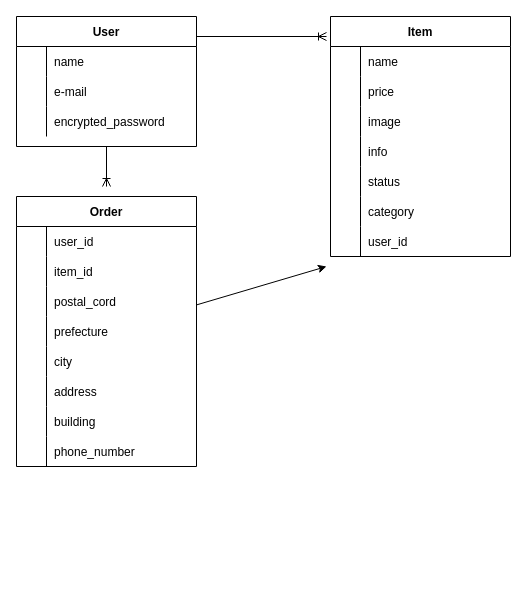
Before: furima.dio in kzykH1015/furima-38139, a draw.io diagram. Source tidied: cells renumbered, new cells numbered last; positions are measured from the earlier drawing's top-left corner, leaving out a move shared by most shapes. Both pictures are drawn from the tidied source at 100%, with x=0, y=0 at pixel (16, 16).
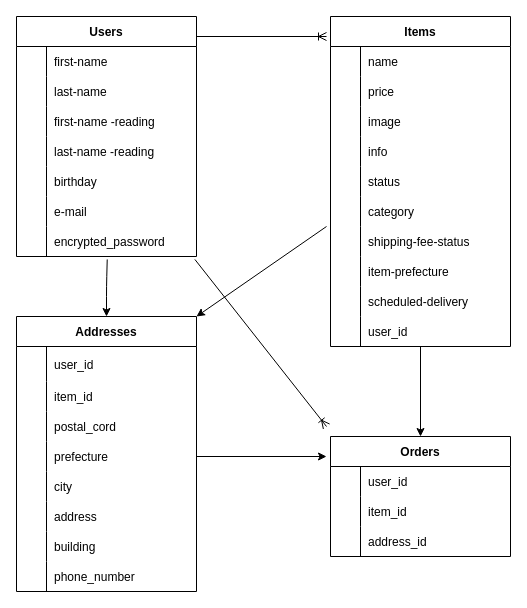
The same page after the edit.

Commit message (it also covers changes not shown here):
データベース設計修正１

Unchanged cells that the change refers to:
```xml
<mxCell id="4" style="shape=partialRectangle;fillColor=none;top=0;left=0;bottom=0;right=0;" parent="3" vertex="1">
  <mxGeometry y="30" width="180" height="30" as="geometry" />
</mxCell>
<mxCell id="32" style="shape=partialRectangle;fillColor=none;top=0;left=0;bottom=0;right=0;" parent="13" vertex="1">
  <mxGeometry y="210" width="180" height="30" as="geometry" />
</mxCell>
```

What changed in the source:
```diff
@@
-    <mxCell id="2" style="edgeStyle=none;html=1;endArrow=ERoneToMany;endFill=0;" parent="1" edge="1" source="3">
-      <mxGeometry relative="1" as="geometry">
-        <mxPoint x="90" y="170" as="targetPoint" />
-      </mxGeometry>
-    </mxCell>
-    <mxCell id="3" value="User" style="shape=table;startSize=30;childLayout=tableLayout;rowLines=0;fontStyle=1;align=center;strokeColor=default;" parent="1" vertex="1">
-      <mxGeometry width="180" height="130" as="geometry" />
+    <mxCell id="3" value="Users" style="shape=table;startSize=30;childLayout=tableLayout;rowLines=0;fontStyle=1;align=center;strokeColor=default;" parent="1" vertex="1">
+      <mxGeometry width="180" height="240" as="geometry" />
     </mxCell>
@@
-    <mxCell id="6" value="name " style="shape=partialRectangle;fillColor=none;top=0;left=0;bottom=0;right=0;align=left;spacingLeft=6;overflow=hidden;" parent="4" vertex="1">
+    <mxCell id="6" value="first-name " style="shape=partialRectangle;fillColor=none;top=0;left=0;bottom=0;right=0;align=left;spacingLeft=6;overflow=hidden;" parent="4" vertex="1">
       <mxGeometry x="30" width="150" height="30" as="geometry" />
     </mxCell>
+    <mxCell id="63" style="shape=partialRectangle;fillColor=none;top=0;left=0;bottom=0;right=0;" parent="3" vertex="1">
+      <mxGeometry y="60" width="180" height="30" as="geometry" />
+    </mxCell>
+    <mxCell id="64" style="shape=partialRectangle;fillColor=none;top=0;left=0;bottom=0;right=0;overflow=hidden;" parent="63" vertex="1">
+      <mxGeometry width="30" height="30" as="geometry" />
+    </mxCell>
+    <mxCell id="65" value="last-name " style="shape=partialRectangle;fillColor=none;top=0;left=0;bottom=0;right=0;align=left;spacingLeft=6;overflow=hidden;" parent="63" vertex="1">
+      <mxGeometry x="30" width="150" height="30" as="geometry" />
+    </mxCell>
+    <mxCell id="44" style="shape=partialRectangle;fillColor=none;top=0;left=0;bottom=0;right=0;" parent="3" vertex="1">
+      <mxGeometry y="90" width="180" height="30" as="geometry" />
+    </mxCell>
+    <mxCell id="66" style="shape=partialRectangle;fillColor=none;top=0;left=0;bottom=0;right=0;overflow=hidden;" parent="44" vertex="1">
+      <mxGeometry width="30" height="30" as="geometry" />
+    </mxCell>
+    <mxCell id="67" value="first-name -reading" style="shape=partialRectangle;fillColor=none;top=0;left=0;bottom=0;right=0;align=left;spacingLeft=6;overflow=hidden;" parent="44" vertex="1">
+      <mxGeometry x="30" width="150" height="30" as="geometry" />
+    </mxCell>
+    <mxCell id="47" style="shape=partialRectangle;fillColor=none;top=0;left=0;bottom=0;right=0;" parent="3" vertex="1">
+      <mxGeometry y="120" width="180" height="30" as="geometry" />
+    </mxCell>
+    <mxCell id="68" style="shape=partialRectangle;fillColor=none;top=0;left=0;bottom=0;right=0;overflow=hidden;" parent="47" vertex="1">
+      <mxGeometry width="30" height="30" as="geometry" />
+    </mxCell>
+    <mxCell id="69" value="last-name -reading" style="shape=partialRectangle;fillColor=none;top=0;left=0;bottom=0;right=0;align=left;spacingLeft=6;overflow=hidden;" parent="47" vertex="1">
+      <mxGeometry x="30" width="150" height="30" as="geometry" />
+    </mxCell>
+    <mxCell id="50" style="shape=partialRectangle;fillColor=none;top=0;left=0;bottom=0;right=0;" parent="3" vertex="1">
+      <mxGeometry y="150" width="180" height="30" as="geometry" />
+    </mxCell>
+    <mxCell id="70" style="shape=partialRectangle;fillColor=none;top=0;left=0;bottom=0;right=0;overflow=hidden;" parent="50" vertex="1">
+      <mxGeometry width="30" height="30" as="geometry" />
+    </mxCell>
+    <mxCell id="71" value="birthday" style="shape=partialRectangle;fillColor=none;top=0;left=0;bottom=0;right=0;align=left;spacingLeft=6;overflow=hidden;" parent="50" vertex="1">
+      <mxGeometry x="30" width="150" height="30" as="geometry" />
+    </mxCell>
     <mxCell id="7" style="shape=partialRectangle;fillColor=none;top=0;left=0;bottom=0;right=0;" parent="3" vertex="1">
-      <mxGeometry y="60" width="180" height="30" as="geometry" />
+      <mxGeometry y="180" width="180" height="30" as="geometry" />
     </mxCell>
@@
     <mxCell id="10" style="shape=partialRectangle;fillColor=none;top=0;left=0;bottom=0;right=0;points=[[0,0.5],[1,0.5]];portConstraint=eastwest;" parent="3" vertex="1">
-      <mxGeometry y="90" width="180" height="30" as="geometry" />
+      <mxGeometry y="210" width="180" height="30" as="geometry" />
     </mxCell>
@@
+    <mxCell id="72" style="edgeStyle=none;html=1;endArrow=classic;endFill=1;" parent="1" edge="1" source="13" target="37">
+      <mxGeometry relative="1" as="geometry" />
+    </mxCell>
-    <mxCell id="13" value="Item" style="shape=table;startSize=30;childLayout=tableLayout;rowLines=0;fontStyle=1;align=center;" parent="1" vertex="1">
-      <mxGeometry x="314" width="180" height="240" as="geometry" />
+    <mxCell id="13" value="Items" style="shape=table;startSize=30;childLayout=tableLayout;rowLines=0;fontStyle=1;align=center;" parent="1" vertex="1">
+      <mxGeometry x="314" width="180" height="330" as="geometry" />
     </mxCell>
@@
-    <mxCell id="34" value="user_id" style="shape=partialRectangle;fillColor=none;top=0;left=0;bottom=0;right=0;align=left;spacingLeft=6;overflow=hidden;" parent="32" vertex="1">
+    <mxCell id="34" value="shipping-fee-status" style="shape=partialRectangle;fillColor=none;top=0;left=0;bottom=0;right=0;align=left;spacingLeft=6;overflow=hidden;" parent="32" vertex="1">
       <mxGeometry x="30" width="150" height="30" as="geometry" />
     </mxCell>
+    <mxCell id="59" style="shape=partialRectangle;fillColor=none;top=0;left=0;bottom=0;right=0;" parent="13" vertex="1">
+      <mxGeometry y="240" width="180" height="30" as="geometry" />
+    </mxCell>
+    <mxCell id="73" style="shape=partialRectangle;fillColor=none;top=0;left=0;bottom=0;right=0;overflow=hidden;" parent="59" vertex="1">
+      <mxGeometry width="30" height="30" as="geometry" />
+    </mxCell>
+    <mxCell id="74" value="item-prefecture" style="shape=partialRectangle;fillColor=none;top=0;left=0;bottom=0;right=0;align=left;spacingLeft=6;overflow=hidden;" parent="59" vertex="1">
+      <mxGeometry x="30" width="150" height="30" as="geometry" />
+    </mxCell>
+    <mxCell id="75" style="shape=partialRectangle;fillColor=none;top=0;left=0;bottom=0;right=0;" parent="13" vertex="1">
+      <mxGeometry y="270" width="180" height="30" as="geometry" />
+    </mxCell>
+    <mxCell id="76" style="shape=partialRectangle;fillColor=none;top=0;left=0;bottom=0;right=0;overflow=hidden;" parent="75" vertex="1">
+      <mxGeometry width="30" height="30" as="geometry" />
+    </mxCell>
+    <mxCell id="77" value="scheduled-delivery" style="shape=partialRectangle;fillColor=none;top=0;left=0;bottom=0;right=0;align=left;spacingLeft=6;overflow=hidden;" parent="75" vertex="1">
+      <mxGeometry x="30" width="150" height="30" as="geometry" />
+    </mxCell>
+    <mxCell id="78" style="shape=partialRectangle;fillColor=none;top=0;left=0;bottom=0;right=0;" parent="13" vertex="1">
+      <mxGeometry y="300" width="180" height="30" as="geometry" />
+    </mxCell>
+    <mxCell id="79" style="shape=partialRectangle;fillColor=none;top=0;left=0;bottom=0;right=0;overflow=hidden;" parent="78" vertex="1">
+      <mxGeometry width="30" height="30" as="geometry" />
+    </mxCell>
+    <mxCell id="80" value="user_id" style="shape=partialRectangle;fillColor=none;top=0;left=0;bottom=0;right=0;align=left;spacingLeft=6;overflow=hidden;" parent="78" vertex="1">
+      <mxGeometry x="30" width="150" height="30" as="geometry" />
+    </mxCell>
@@
-    <mxCell id="36" style="edgeStyle=none;html=1;endArrow=classic;endFill=1;" parent="1" edge="1" source="37">
-      <mxGeometry relative="1" as="geometry">
-        <mxPoint x="310" y="250" as="targetPoint" />
-      </mxGeometry>
-    </mxCell>
-    <mxCell id="37" value="Order" style="shape=table;startSize=30;childLayout=tableLayout;rowLines=0;fontStyle=1;align=center;" parent="1" vertex="1">
-      <mxGeometry y="180" width="180" height="270" as="geometry" />
+    <mxCell id="37" value="Orders" style="shape=table;startSize=30;childLayout=tableLayout;rowLines=0;fontStyle=1;align=center;" parent="1" vertex="1">
+      <mxGeometry x="314" y="420" width="180" height="120" as="geometry" />
     </mxCell>
@@
-    <mxCell id="44" style="shape=partialRectangle;fillColor=none;top=0;left=0;bottom=0;right=0;" parent="37" vertex="1">
-      <mxGeometry y="90" width="180" height="30" as="geometry" />
-    </mxCell>
-    <mxCell id="45" style="shape=partialRectangle;fillColor=none;top=0;left=0;bottom=0;right=0;overflow=hidden;" parent="44" vertex="1">
-      <mxGeometry width="30" height="30" as="geometry" />
-    </mxCell>
-    <mxCell id="46" value="postal_cord" style="shape=partialRectangle;fillColor=none;top=0;left=0;bottom=0;right=0;align=left;spacingLeft=6;overflow=hidden;" parent="44" vertex="1">
-      <mxGeometry x="30" width="150" height="30" as="geometry" />
-    </mxCell>
-    <mxCell id="47" style="shape=partialRectangle;fillColor=none;top=0;left=0;bottom=0;right=0;" parent="37" vertex="1">
-      <mxGeometry y="120" width="180" height="30" as="geometry" />
-    </mxCell>
-    <mxCell id="48" style="shape=partialRectangle;fillColor=none;top=0;left=0;bottom=0;right=0;overflow=hidden;" parent="47" vertex="1">
-      <mxGeometry width="30" height="30" as="geometry" />
-    </mxCell>
-    <mxCell id="49" value="prefecture" style="shape=partialRectangle;fillColor=none;top=0;left=0;bottom=0;right=0;align=left;spacingLeft=6;overflow=hidden;" parent="47" vertex="1">
-      <mxGeometry x="30" width="150" height="30" as="geometry" />
-    </mxCell>
-    <mxCell id="50" style="shape=partialRectangle;fillColor=none;top=0;left=0;bottom=0;right=0;" parent="37" vertex="1">
-      <mxGeometry y="150" width="180" height="30" as="geometry" />
-    </mxCell>
-    <mxCell id="51" style="shape=partialRectangle;fillColor=none;top=0;left=0;bottom=0;right=0;overflow=hidden;" parent="50" vertex="1">
-      <mxGeometry width="30" height="30" as="geometry" />
-    </mxCell>
-    <mxCell id="52" value="city" style="shape=partialRectangle;fillColor=none;top=0;left=0;bottom=0;right=0;align=left;spacingLeft=6;overflow=hidden;" parent="50" vertex="1">
-      <mxGeometry x="30" width="150" height="30" as="geometry" />
-    </mxCell>
     <mxCell id="53" style="shape=partialRectangle;fillColor=none;top=0;left=0;bottom=0;right=0;" parent="37" vertex="1">
-      <mxGeometry y="180" width="180" height="30" as="geometry" />
+      <mxGeometry y="90" width="180" height="30" as="geometry" />
     </mxCell>
@@
-    <mxCell id="55" value="address" style="shape=partialRectangle;fillColor=none;top=0;left=0;bottom=0;right=0;align=left;spacingLeft=6;overflow=hidden;" parent="53" vertex="1">
+    <mxCell id="55" value="address_id" style="shape=partialRectangle;fillColor=none;top=0;left=0;bottom=0;right=0;align=left;spacingLeft=6;overflow=hidden;" parent="53" vertex="1">
       <mxGeometry x="30" width="150" height="30" as="geometry" />
     </mxCell>
-    <mxCell id="56" style="shape=partialRectangle;fillColor=none;top=0;left=0;bottom=0;right=0;" parent="37" vertex="1">
-      <mxGeometry y="210" width="180" height="30" as="geometry" />
-    </mxCell>
-    <mxCell id="57" style="shape=partialRectangle;fillColor=none;top=0;left=0;bottom=0;right=0;overflow=hidden;" parent="56" vertex="1">
-      <mxGeometry width="30" height="30" as="geometry" />
-    </mxCell>
+    <mxCell id="62" style="html=1;endArrow=ERoneToMany;endFill=0;" parent="1" edge="1">
+      <mxGeometry relative="1" as="geometry">
+        <mxPoint x="180" y="20" as="sourcePoint" />
+        <mxPoint x="310" y="20" as="targetPoint" />
+      </mxGeometry>
+    </mxCell>
+    <mxCell id="81" value="Addresses" style="shape=table;startSize=30;childLayout=tableLayout;rowLines=0;fontStyle=1;align=center;" parent="1" vertex="1">
+      <mxGeometry y="300" width="180" height="275" as="geometry" />
+    </mxCell>
+    <mxCell id="82" style="shape=partialRectangle;fillColor=none;top=0;left=0;bottom=0;right=0;" parent="81" vertex="1">
+      <mxGeometry y="30" width="180" height="35" as="geometry" />
+    </mxCell>
+    <mxCell id="83" style="shape=partialRectangle;fillColor=none;top=0;left=0;bottom=0;right=0;overflow=hidden;" parent="82" vertex="1">
+      <mxGeometry width="30" height="35" as="geometry" />
+    </mxCell>
+    <mxCell id="84" value="user_id" style="shape=partialRectangle;fillColor=none;top=0;left=0;bottom=0;right=0;align=left;spacingLeft=6;overflow=hidden;" parent="82" vertex="1">
+      <mxGeometry x="30" width="150" height="35" as="geometry" />
+    </mxCell>
+    <mxCell id="85" style="shape=partialRectangle;fillColor=none;top=0;left=0;bottom=0;right=0;" parent="81" vertex="1">
+      <mxGeometry y="65" width="180" height="30" as="geometry" />
+    </mxCell>
+    <mxCell id="86" style="shape=partialRectangle;fillColor=none;top=0;left=0;bottom=0;right=0;overflow=hidden;" parent="85" vertex="1">
+      <mxGeometry width="30" height="30" as="geometry" />
+    </mxCell>
+    <mxCell id="87" value="item_id" style="shape=partialRectangle;fillColor=none;top=0;left=0;bottom=0;right=0;align=left;spacingLeft=6;overflow=hidden;" parent="85" vertex="1">
+      <mxGeometry x="30" width="150" height="30" as="geometry" />
+    </mxCell>
+    <mxCell id="88" style="shape=partialRectangle;fillColor=none;top=0;left=0;bottom=0;right=0;" parent="81" vertex="1">
+      <mxGeometry y="95" width="180" height="30" as="geometry" />
+    </mxCell>
+    <mxCell id="89" style="shape=partialRectangle;fillColor=none;top=0;left=0;bottom=0;right=0;overflow=hidden;" parent="88" vertex="1">
+      <mxGeometry width="30" height="30" as="geometry" />
+    </mxCell>
+    <mxCell id="46" value="postal_cord" style="shape=partialRectangle;fillColor=none;top=0;left=0;bottom=0;right=0;align=left;spacingLeft=6;overflow=hidden;" parent="88" vertex="1">
+      <mxGeometry x="30" width="150" height="30" as="geometry" />
+    </mxCell>
+    <mxCell id="90" style="shape=partialRectangle;fillColor=none;top=0;left=0;bottom=0;right=0;points=[[0,0.5],[1,0.5]];portConstraint=eastwest;" parent="81" vertex="1">
+      <mxGeometry y="125" width="180" height="30" as="geometry" />
+    </mxCell>
+    <mxCell id="91" style="shape=partialRectangle;fillColor=none;top=0;left=0;bottom=0;right=0;overflow=hidden;" parent="90" vertex="1">
+      <mxGeometry width="30" height="30" as="geometry" />
+    </mxCell>
+    <mxCell id="49" value="prefecture" style="shape=partialRectangle;fillColor=none;top=0;left=0;bottom=0;right=0;align=left;spacingLeft=6;overflow=hidden;" parent="90" vertex="1">
+      <mxGeometry x="30" width="150" height="30" as="geometry" />
+    </mxCell>
+    <mxCell id="92" style="shape=partialRectangle;fillColor=none;top=0;left=0;bottom=0;right=0;" parent="81" vertex="1">
+      <mxGeometry y="155" width="180" height="30" as="geometry" />
+    </mxCell>
+    <mxCell id="93" style="shape=partialRectangle;fillColor=none;top=0;left=0;bottom=0;right=0;overflow=hidden;" parent="92" vertex="1">
+      <mxGeometry width="30" height="30" as="geometry" />
+    </mxCell>
+    <mxCell id="52" value="city" style="shape=partialRectangle;fillColor=none;top=0;left=0;bottom=0;right=0;align=left;spacingLeft=6;overflow=hidden;" parent="92" vertex="1">
+      <mxGeometry x="30" width="150" height="30" as="geometry" />
+    </mxCell>
+    <mxCell id="94" style="shape=partialRectangle;fillColor=none;top=0;left=0;bottom=0;right=0;" parent="81" vertex="1">
+      <mxGeometry y="185" width="180" height="30" as="geometry" />
+    </mxCell>
+    <mxCell id="95" style="shape=partialRectangle;fillColor=none;top=0;left=0;bottom=0;right=0;overflow=hidden;" parent="94" vertex="1">
+      <mxGeometry width="30" height="30" as="geometry" />
+    </mxCell>
+    <mxCell id="96" value="address" style="shape=partialRectangle;fillColor=none;top=0;left=0;bottom=0;right=0;align=left;spacingLeft=6;overflow=hidden;" parent="94" vertex="1">
+      <mxGeometry x="30" width="150" height="30" as="geometry" />
+    </mxCell>
+    <mxCell id="97" style="shape=partialRectangle;fillColor=none;top=0;left=0;bottom=0;right=0;" parent="81" vertex="1">
+      <mxGeometry y="215" width="180" height="30" as="geometry" />
+    </mxCell>
+    <mxCell id="98" style="shape=partialRectangle;fillColor=none;top=0;left=0;bottom=0;right=0;overflow=hidden;" parent="97" vertex="1">
+      <mxGeometry width="30" height="30" as="geometry" />
+    </mxCell>
-    <mxCell id="58" value="building" style="shape=partialRectangle;fillColor=none;top=0;left=0;bottom=0;right=0;align=left;spacingLeft=6;overflow=hidden;" parent="56" vertex="1">
+    <mxCell id="58" value="building" style="shape=partialRectangle;fillColor=none;top=0;left=0;bottom=0;right=0;align=left;spacingLeft=6;overflow=hidden;" parent="97" vertex="1">
       <mxGeometry x="30" width="150" height="30" as="geometry" />
     </mxCell>
-    <mxCell id="59" style="shape=partialRectangle;fillColor=none;top=0;left=0;bottom=0;right=0;" parent="37" vertex="1">
-      <mxGeometry y="240" width="180" height="30" as="geometry" />
-    </mxCell>
-    <mxCell id="60" style="shape=partialRectangle;fillColor=none;top=0;left=0;bottom=0;right=0;overflow=hidden;" parent="59" vertex="1">
-      <mxGeometry width="30" height="30" as="geometry" />
-    </mxCell>
+    <mxCell id="99" style="shape=partialRectangle;fillColor=none;top=0;left=0;bottom=0;right=0;" parent="81" vertex="1">
+      <mxGeometry y="245" width="180" height="30" as="geometry" />
+    </mxCell>
+    <mxCell id="100" style="shape=partialRectangle;fillColor=none;top=0;left=0;bottom=0;right=0;overflow=hidden;" parent="99" vertex="1">
+      <mxGeometry width="30" height="30" as="geometry" />
+    </mxCell>
-    <mxCell id="61" value="phone_number" style="shape=partialRectangle;fillColor=none;top=0;left=0;bottom=0;right=0;align=left;spacingLeft=6;overflow=hidden;" parent="59" vertex="1">
+    <mxCell id="61" value="phone_number" style="shape=partialRectangle;fillColor=none;top=0;left=0;bottom=0;right=0;align=left;spacingLeft=6;overflow=hidden;" parent="99" vertex="1">
       <mxGeometry x="30" width="150" height="30" as="geometry" />
     </mxCell>
-    <mxCell id="62" style="html=1;endArrow=ERoneToMany;endFill=0;" parent="1" edge="1">
-      <mxGeometry relative="1" as="geometry">
-        <mxPoint x="180" y="20" as="sourcePoint" />
-        <mxPoint x="310" y="20" as="targetPoint" />
-      </mxGeometry>
-    </mxCell>
+    <mxCell id="101" style="edgeStyle=none;html=1;endArrow=classic;endFill=1;" parent="1" edge="1">
+      <mxGeometry relative="1" as="geometry">
+        <mxPoint x="310" y="210" as="sourcePoint" />
+        <mxPoint x="180" y="300" as="targetPoint" />
+      </mxGeometry>
+    </mxCell>
+    <mxCell id="102" style="edgeStyle=none;html=1;endArrow=classic;endFill=1;exitX=0.504;exitY=1.098;exitDx=0;exitDy=0;exitPerimeter=0;entryX=0.5;entryY=0;entryDx=0;entryDy=0;" parent="1" edge="1" source="10" target="81">
+      <mxGeometry relative="1" as="geometry">
+        <Array as="points">
+          <mxPoint x="90" y="270" />
+        </Array>
+      </mxGeometry>
+    </mxCell>
+    <mxCell id="103" style="edgeStyle=none;html=1;endArrow=classic;endFill=1;" parent="1" edge="1" source="90">
+      <mxGeometry relative="1" as="geometry">
+        <mxPoint x="310" y="440" as="targetPoint" />
+      </mxGeometry>
+    </mxCell>
+    <mxCell id="104" style="edgeStyle=none;html=1;endArrow=ERoneToMany;endFill=0;exitX=0.991;exitY=1.098;exitDx=0;exitDy=0;exitPerimeter=0;" parent="1" edge="1" source="10">
+      <mxGeometry relative="1" as="geometry">
+        <mxPoint x="310" y="410" as="targetPoint" />
+      </mxGeometry>
+    </mxCell>
```
